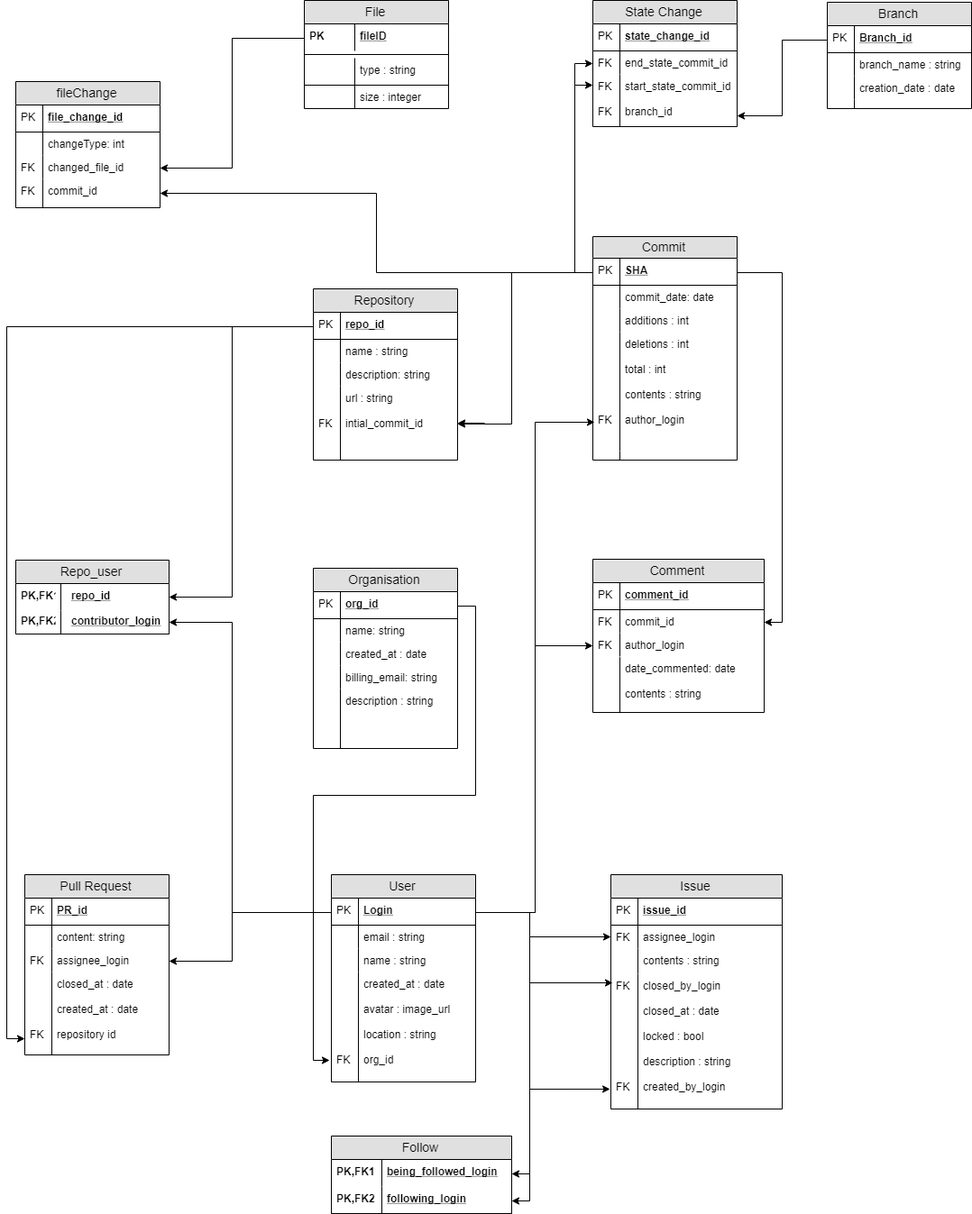
Above: project/Relational Schema.png in AntonYamkovoy/CS3041_Info_Management_II (draw.io), before the change. Source tidied: cells renumbered, new cells last; positions are measured from the earlier drawing's top-left corner, leaving out a move shared by most shapes.
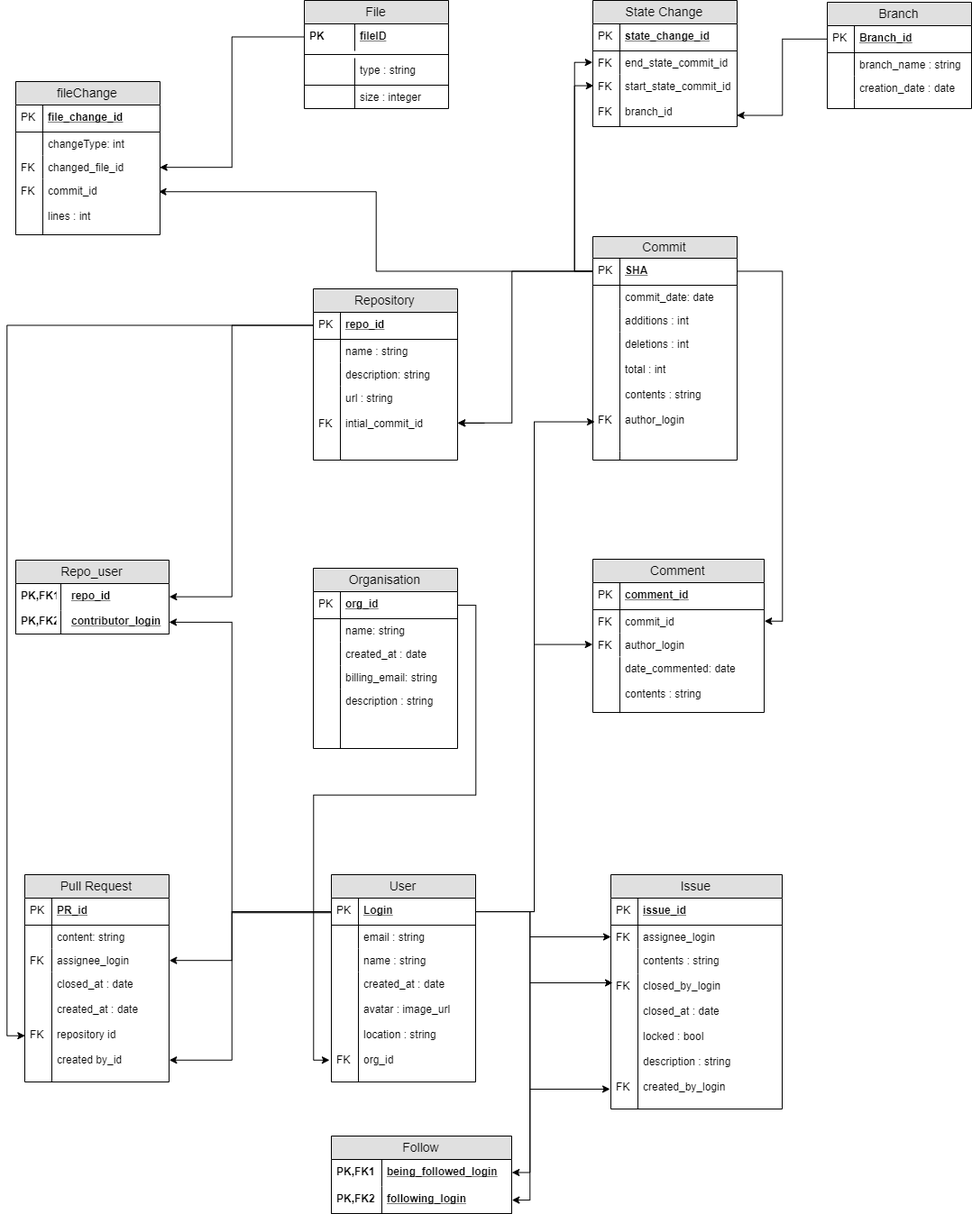
After the commit.

Change to the diagram source:
```diff
@@ -100,7 +100,7 @@
       </mxGeometry>
     </mxCell>
     <mxCell id="32" value="Pull Request" style="swimlane;fontStyle=0;horizontal=1;startSize=26;fillColor=#e0e0e0;swimlaneFillColor=#ffffff;align=center;fontSize=14;" parent="1" vertex="1">
-      <mxGeometry x="10" y="970" width="160" height="200" as="geometry" />
+      <mxGeometry x="10" y="970" width="160" height="230" as="geometry" />
     </mxCell>
     <mxCell id="33" value="PR_id" style="shape=partialRectangle;top=0;left=0;right=0;bottom=1;align=left;verticalAlign=middle;fillColor=none;spacingLeft=34;spacingRight=4;overflow=hidden;fontStyle=5;fontSize=12;" parent="32" vertex="1">
       <mxGeometry y="26" width="160" height="30" as="geometry" />
@@ -120,11 +120,11 @@
     <mxCell id="38" value="FK" style="shape=partialRectangle;top=0;left=0;bottom=0;fillColor=none;align=left;verticalAlign=top;spacingLeft=4;spacingRight=4;overflow=hidden;fontSize=12;" parent="37" vertex="1">
       <mxGeometry width="30" height="26" as="geometry" />
     </mxCell>
-    <mxCell id="39" value="closed_at : date&#10;&#10;created_at : date&#10;&#10;repository id" style="shape=partialRectangle;top=0;left=0;right=0;bottom=0;align=left;verticalAlign=top;fillColor=none;spacingLeft=34;spacingRight=4;overflow=hidden;points=[[0,0.5],[1,0.5]];portConstraint=eastwest;fontSize=12;fontStyle=0;" parent="32" vertex="1">
-      <mxGeometry y="108" width="160" height="92" as="geometry" />
+    <mxCell id="39" value="closed_at : date&#10;&#10;created_at : date&#10;&#10;repository id&#10;&#10;created by_id" style="shape=partialRectangle;top=0;left=0;right=0;bottom=0;align=left;verticalAlign=top;fillColor=none;spacingLeft=34;spacingRight=4;overflow=hidden;points=[[0,0.5],[1,0.5]];portConstraint=eastwest;fontSize=12;fontStyle=0;" parent="32" vertex="1">
+      <mxGeometry y="108" width="160" height="122" as="geometry" />
     </mxCell>
     <mxCell id="40" value="&#10;&#10;&#10;&#10;FK" style="shape=partialRectangle;top=0;left=0;bottom=0;fillColor=none;align=left;verticalAlign=top;spacingLeft=4;spacingRight=4;overflow=hidden;fontSize=12;" parent="39" vertex="1">
-      <mxGeometry width="30" height="92" as="geometry" />
+      <mxGeometry width="30" height="122" as="geometry" />
     </mxCell>
     <mxCell id="41" value="Organisation" style="swimlane;fontStyle=0;horizontal=1;startSize=26;fillColor=#e0e0e0;swimlaneFillColor=#ffffff;align=center;fontSize=14;" parent="1" vertex="1">
       <mxGeometry x="330" y="630" width="160" height="200" as="geometry" />
@@ -234,7 +234,7 @@
     <mxCell id="76" value="PK,FK2" style="shape=partialRectangle;fontStyle=1;top=0;left=0;bottom=0;fillColor=none;align=left;verticalAlign=middle;spacingLeft=4;spacingRight=4;overflow=hidden;fontSize=12;" parent="75" vertex="1">
       <mxGeometry width="50" height="26" as="geometry" />
     </mxCell>
-    <mxCell id="77" style="edgeStyle=orthogonalEdgeStyle;rounded=0;jettySize=auto;html=1;entryX=-0.006;entryY=0.799;entryDx=0;entryDy=0;entryPerimeter=0;" parent="1" edge="1" source="64" target="39">
+    <mxCell id="77" style="edgeStyle=orthogonalEdgeStyle;rounded=0;jettySize=auto;html=1;entryX=0;entryY=0.581;entryDx=0;entryDy=0;entryPerimeter=0;" parent="1" edge="1" source="64" target="39">
       <mxGeometry relative="1" as="geometry" />
     </mxCell>
     <mxCell id="78" value="Commit" style="swimlane;fontStyle=0;horizontal=1;startSize=24;fillColor=#e0e0e0;swimlaneFillColor=#ffffff;align=center;fontSize=14;" parent="1" vertex="1">
@@ -309,7 +309,7 @@
       </mxGeometry>
     </mxCell>
     <mxCell id="101" value="fileChange" style="swimlane;fontStyle=0;horizontal=1;startSize=26;fillColor=#e0e0e0;swimlaneFillColor=#ffffff;align=center;fontSize=14;" parent="1" vertex="1">
-      <mxGeometry y="90" width="160" height="140" as="geometry" />
+      <mxGeometry y="90" width="160" height="170" as="geometry" />
     </mxCell>
     <mxCell id="102" value="file_change_id" style="shape=partialRectangle;top=0;left=0;right=0;bottom=1;align=left;verticalAlign=middle;fillColor=none;spacingLeft=34;spacingRight=4;overflow=hidden;fontStyle=5;fontSize=12;" parent="101" vertex="1">
       <mxGeometry y="26" width="160" height="30" as="geometry" />
@@ -329,11 +329,11 @@
     <mxCell id="107" value="FK" style="shape=partialRectangle;top=0;left=0;bottom=0;fillColor=none;align=left;verticalAlign=top;spacingLeft=4;spacingRight=4;overflow=hidden;fontSize=12;" parent="106" vertex="1">
       <mxGeometry width="30" height="26" as="geometry" />
     </mxCell>
-    <mxCell id="108" value="commit_id" style="shape=partialRectangle;top=0;left=0;right=0;bottom=0;align=left;verticalAlign=top;fillColor=none;spacingLeft=34;spacingRight=4;overflow=hidden;points=[[0,0.5],[1,0.5]];portConstraint=eastwest;fontSize=12;" parent="101" vertex="1">
-      <mxGeometry y="108" width="160" height="32" as="geometry" />
+    <mxCell id="108" value="commit_id&#10;&#10;lines : int" style="shape=partialRectangle;top=0;left=0;right=0;bottom=0;align=left;verticalAlign=top;fillColor=none;spacingLeft=34;spacingRight=4;overflow=hidden;points=[[0,0.5],[1,0.5]];portConstraint=eastwest;fontSize=12;" parent="101" vertex="1">
+      <mxGeometry y="108" width="160" height="62" as="geometry" />
     </mxCell>
     <mxCell id="109" value="FK&#10;&#10;" style="shape=partialRectangle;top=0;left=0;bottom=0;fillColor=none;align=left;verticalAlign=top;spacingLeft=4;spacingRight=4;overflow=hidden;fontSize=12;" parent="108" vertex="1">
-      <mxGeometry width="30" height="32" as="geometry" />
+      <mxGeometry width="30" height="62" as="geometry" />
     </mxCell>
     <mxCell id="110" value="File" style="swimlane;fontStyle=0;horizontal=1;startSize=26;fillColor=#e0e0e0;swimlaneFillColor=#ffffff;align=center;fontSize=14;" parent="1" vertex="1">
       <mxGeometry x="320" width="160" height="120" as="geometry" />
@@ -375,7 +375,7 @@
         </Array>
       </mxGeometry>
     </mxCell>
-    <mxCell id="120" style="edgeStyle=orthogonalEdgeStyle;rounded=0;jettySize=auto;html=1;entryX=1;entryY=0.5;entryDx=0;entryDy=0;" parent="1" edge="1" source="79" target="108">
+    <mxCell id="120" style="edgeStyle=orthogonalEdgeStyle;rounded=0;jettySize=auto;html=1;entryX=0.994;entryY=0.226;entryDx=0;entryDy=0;entryPerimeter=0;" parent="1" edge="1" source="79" target="108">
       <mxGeometry relative="1" as="geometry" />
     </mxCell>
     <mxCell id="121" style="edgeStyle=orthogonalEdgeStyle;rounded=0;jettySize=auto;html=1;entryX=1;entryY=0.5;entryDx=0;entryDy=0;" parent="1" edge="1" source="111" target="106">
@@ -427,5 +427,14 @@
     <mxCell id="133" style="edgeStyle=orthogonalEdgeStyle;rounded=0;jettySize=auto;html=1;entryX=1;entryY=0.776;entryDx=0;entryDy=0;entryPerimeter=0;" parent="1" edge="1" source="125" target="96">
       <mxGeometry relative="1" as="geometry" />
     </mxCell>
+    <mxCell id="134" style="edgeStyle=orthogonalEdgeStyle;rounded=0;jettySize=auto;html=1;" parent="1" edge="1" source="3">
+      <mxGeometry relative="1" as="geometry">
+        <mxPoint x="170" y="1176" as="targetPoint" />
+        <Array as="points">
+          <mxPoint x="240" y="1012" />
+          <mxPoint x="240" y="1176" />
+        </Array>
+      </mxGeometry>
+    </mxCell>
   </root>
 </mxGraphModel>
```
